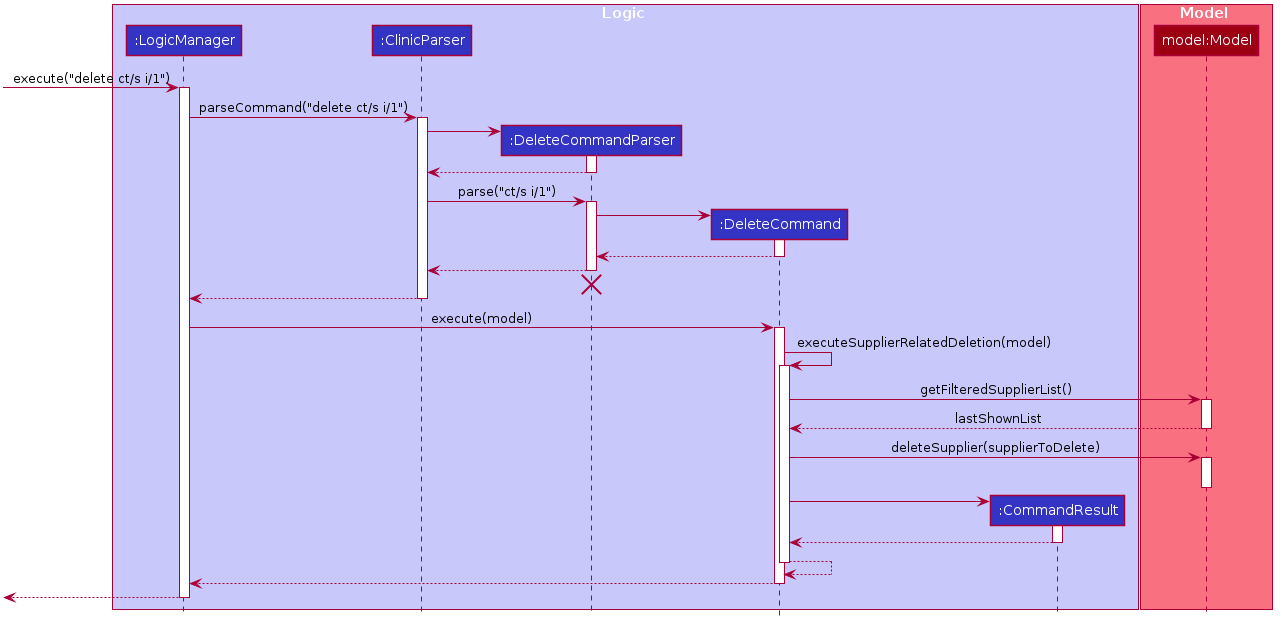
Earlier version of the PlantUML export docs/images/DeleteCommandSequenceDiagram.png (tohyuting/tp).
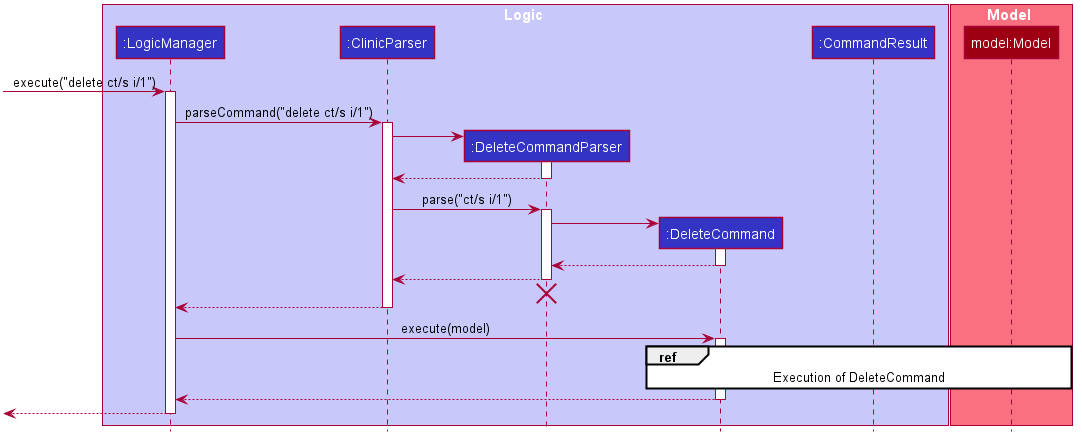
Above is the later version.

Commit message:
Edit UML diagram

What changed in the source:
```diff
@@ -93,24 +93,10 @@
 
 LogicManager -> DeleteCommand : execute(model)
 activate DeleteCommand
+ref over DeleteCommand, Model
+Execution of DeleteCommand
+end
 
-DeleteCommand -> DeleteCommand : executeSupplierRelatedDeletion(model)
-activate DeleteCommand
-DeleteCommand -> Model : getFilteredSupplierList()
-activate Model
-Model --> DeleteCommand : lastShownList
-deactivate Model
-DeleteCommand -> Model : deleteSupplier(supplierToDelete)
-activate Model
-deactivate Model
-create CommandResult
-DeleteCommand -> CommandResult
-activate CommandResult
-
-CommandResult --> DeleteCommand
-deactivate CommandResult
-DeleteCommand --> DeleteCommand
-deactivate DeleteCommand
 
 DeleteCommand --> LogicManager
 deactivate DeleteCommand
```
